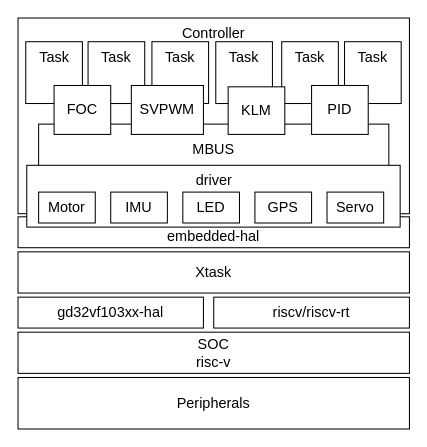
Above: doc/degin.dio in gqf2008/Xpilot (draw.io), before the change. Source tidied: cells renumbered, new cells numbered last; positions are measured from the earlier drawing's top-left corner, leaving out a move shared by most shapes. Both pictures are drawn from the tidied source at 103%, with x=0, y=0 at pixel (18, 18).
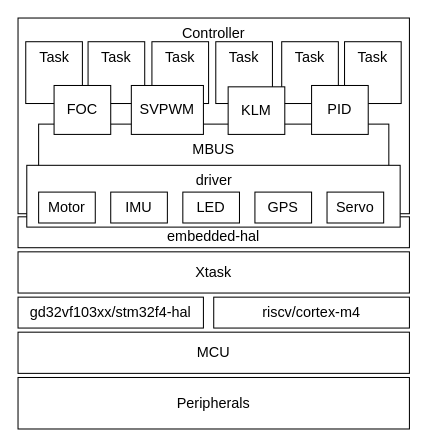
Above is the later version.

The edit, as a diff of the source:
```diff
@@
-    <mxCell id="2" value="SOC&lt;br style=&quot;font-size: 14px;&quot;&gt;risc-v" style="rounded=0;whiteSpace=wrap;html=1;fontSize=14;" parent="1" vertex="1">
+    <mxCell id="2" value="MCU" style="rounded=0;whiteSpace=wrap;html=1;fontSize=14;" parent="1" vertex="1">
       <mxGeometry y="305" width="380" height="40" as="geometry" />
     </mxCell>
-    <mxCell id="3" value="gd32vf103xx-hal" style="rounded=0;whiteSpace=wrap;html=1;fontSize=14;" parent="1" vertex="1">
+    <mxCell id="3" value="gd32vf103xx/stm32f4-hal" style="rounded=0;whiteSpace=wrap;html=1;fontSize=14;" parent="1" vertex="1">
       <mxGeometry y="271" width="180" height="30" as="geometry" />
     </mxCell>
-    <mxCell id="4" value="riscv/riscv-rt" style="rounded=0;whiteSpace=wrap;html=1;fontSize=14;" parent="1" vertex="1">
+    <mxCell id="4" value="riscv/cortex-m4" style="rounded=0;whiteSpace=wrap;html=1;fontSize=14;" parent="1" vertex="1">
       <mxGeometry x="190" y="271" width="190" height="30" as="geometry" />
     </mxCell>
```
